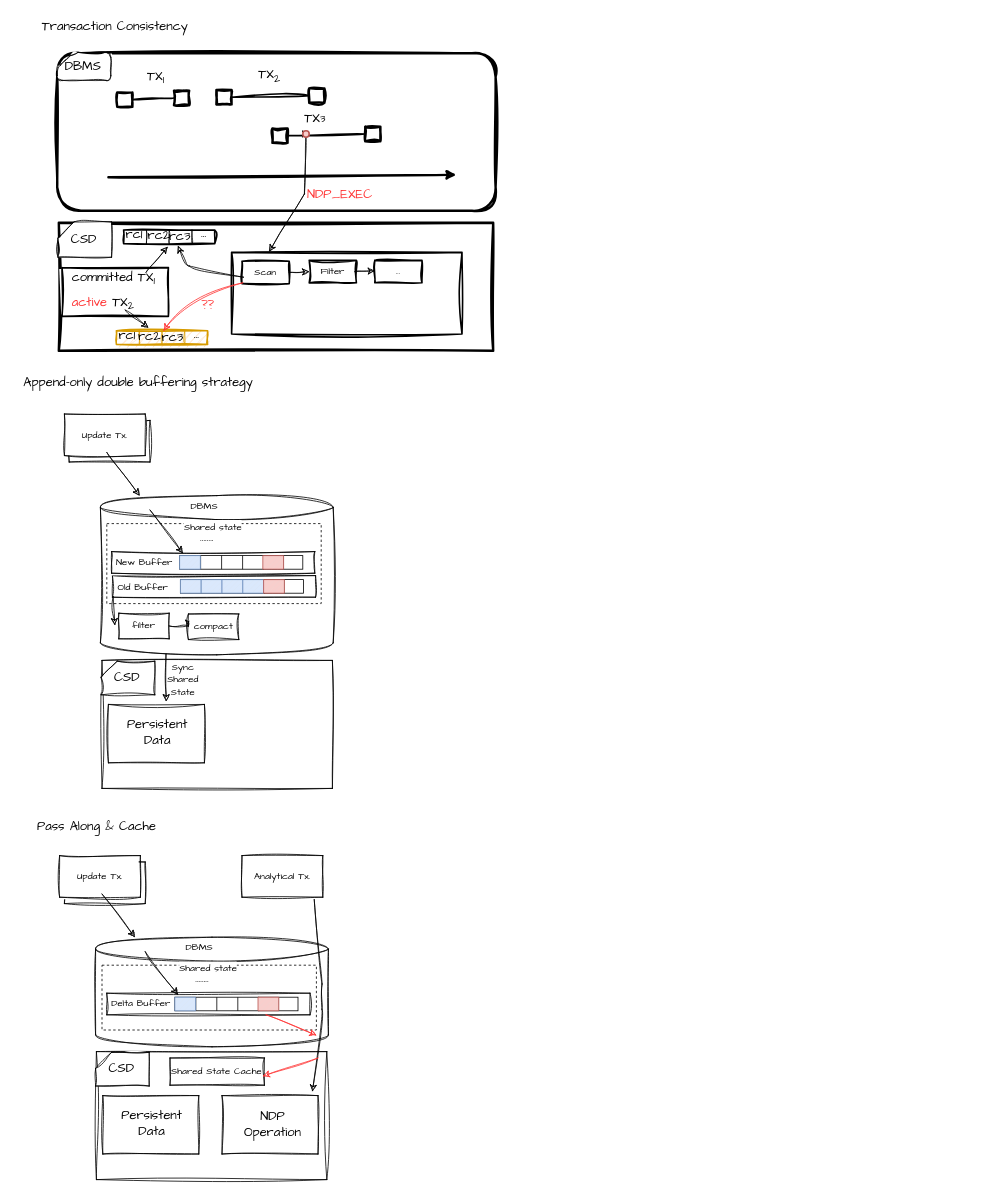
Earlier version of the draw.io diagram ppt.drawio (juruo-c/DrawIo). Source tidied: cells renumbered, new cells numbered last; positions are measured from the earlier drawing's top-left corner, leaving out a move shared by most shapes. Both pictures are drawn from the tidied source at 80%, with x=0, y=0 at pixel (14, 14).
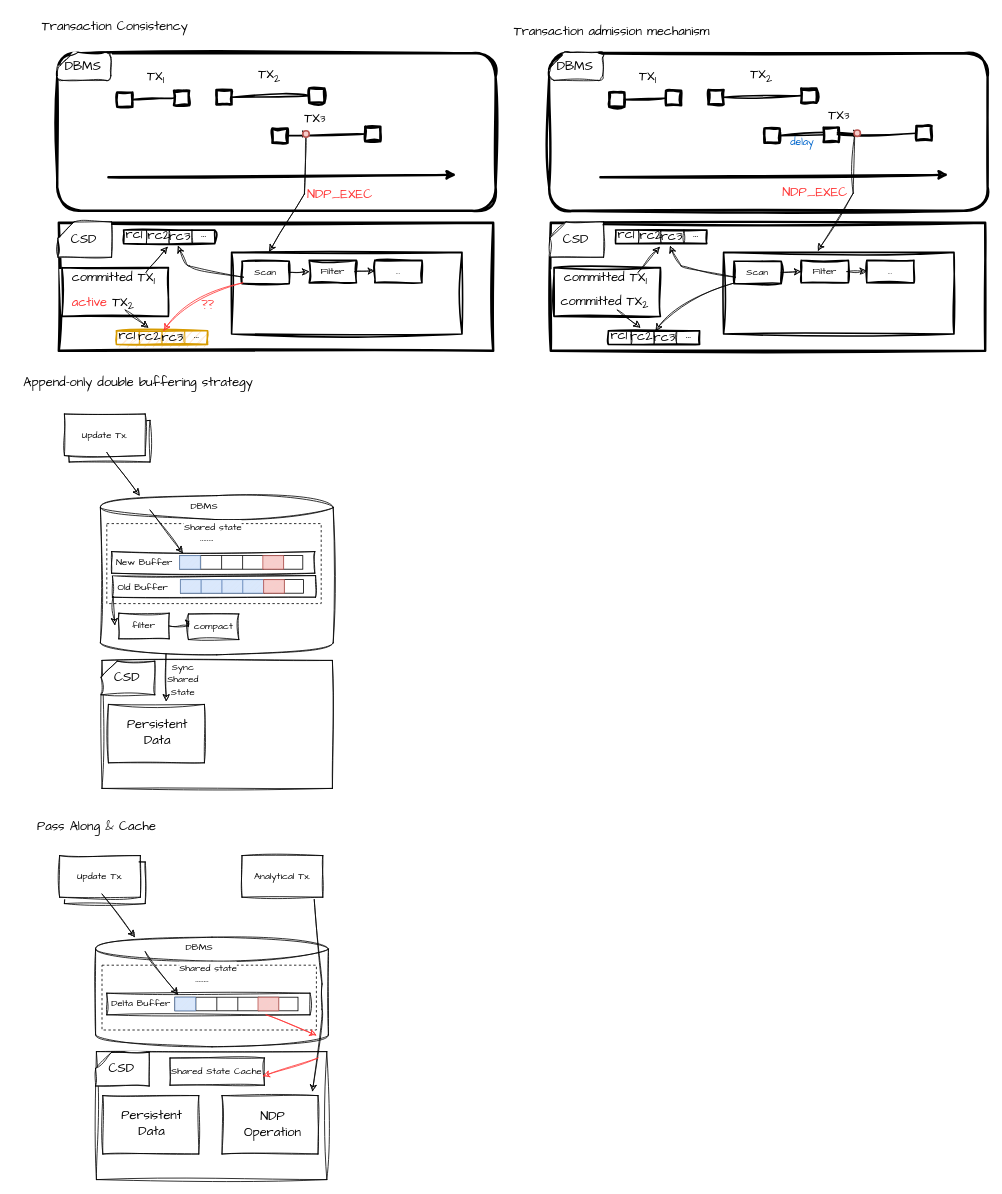
The same page after the edit.

Commit message:
23.11.21 Transaction admission mechanism for update-aware NDP

Diff of the diagram source:
```diff
@@
+    <mxCell id="133" style="rounded=1;whiteSpace=wrap;html=1;strokeWidth=3;sketch=1;curveFitting=1;jiggle=2;" parent="1" vertex="1">
+      <mxGeometry x="669" y="49" width="548" height="197" as="geometry" />
+    </mxCell>
+    <mxCell id="134" style="rounded=0;whiteSpace=wrap;html=1;sketch=1;curveFitting=1;jiggle=2;strokeWidth=3;" parent="1" vertex="1">
+      <mxGeometry x="671" y="261" width="543" height="160" as="geometry" />
+    </mxCell>
+    <mxCell id="135" style="rounded=0;whiteSpace=wrap;html=1;sketch=1;curveFitting=1;jiggle=2;strokeWidth=3;" parent="1" vertex="1">
+      <mxGeometry x="744" y="98" width="19" height="18" as="geometry" />
+    </mxCell>
+    <mxCell id="136" style="endArrow=classic;html=1;rounded=0;strokeWidth=3;sketch=1;curveFitting=1;jiggle=2;" parent="1" edge="1">
+      <mxGeometry relative="1" as="geometry">
+        <mxPoint x="733" y="204" as="sourcePoint" />
+        <mxPoint x="1168" y="201" as="targetPoint" />
+      </mxGeometry>
+    </mxCell>
+    <mxCell id="137" style="rounded=0;whiteSpace=wrap;html=1;sketch=1;curveFitting=1;jiggle=2;strokeWidth=3;" parent="1" vertex="1">
+      <mxGeometry x="815" y="96" width="19" height="18" as="geometry" />
+    </mxCell>
+    <mxCell id="138" style="endArrow=none;html=1;rounded=0;entryX=1;entryY=0.5;entryDx=0;entryDy=0;exitX=0;exitY=0.5;exitDx=0;exitDy=0;sketch=1;curveFitting=1;jiggle=2;strokeWidth=2;" parent="1" edge="1" source="137" target="135">
+      <mxGeometry relative="1" as="geometry" />
+    </mxCell>
+    <mxCell id="139" style="rounded=0;whiteSpace=wrap;html=1;sketch=1;curveFitting=1;jiggle=2;strokeWidth=3;" parent="1" vertex="1">
+      <mxGeometry x="868" y="95" width="19" height="18" as="geometry" />
+    </mxCell>
+    <mxCell id="140" style="rounded=0;whiteSpace=wrap;html=1;sketch=1;curveFitting=1;jiggle=2;strokeWidth=3;" parent="1" vertex="1">
+      <mxGeometry x="984" y="93" width="19" height="18" as="geometry" />
+    </mxCell>
+    <mxCell id="141" style="endArrow=none;html=1;rounded=0;entryX=1;entryY=0.5;entryDx=0;entryDy=0;exitX=0;exitY=0.5;exitDx=0;exitDy=0;sketch=1;curveFitting=1;jiggle=2;strokeWidth=2;fontFamily=Comic Sans MS;" parent="1" edge="1" source="140" target="139">
+      <mxGeometry relative="1" as="geometry" />
+    </mxCell>
+    <mxCell id="142" style="rounded=0;whiteSpace=wrap;html=1;sketch=1;curveFitting=1;jiggle=2;strokeWidth=3;" parent="1" vertex="1">
+      <mxGeometry x="938" y="143" width="19" height="18" as="geometry" />
+    </mxCell>
+    <mxCell id="143" style="endArrow=none;html=1;rounded=0;entryX=1;entryY=0.5;entryDx=0;entryDy=0;exitX=0;exitY=0.5;exitDx=0;exitDy=0;sketch=1;curveFitting=1;jiggle=2;strokeWidth=2;" parent="1" edge="1" target="142">
+      <mxGeometry relative="1" as="geometry">
+        <mxPoint x="1054" y="150" as="sourcePoint" />
+      </mxGeometry>
+    </mxCell>
+    <mxCell id="144" value="&lt;font style=&quot;font-size: 16px;&quot;&gt;TX&lt;sub&gt;1&lt;/sub&gt;&lt;/font&gt;" style="text;html=1;align=center;verticalAlign=middle;strokeColor=none;fillColor=none;fontFamily=Comic Sans MS;" parent="1" vertex="1">
+      <mxGeometry x="769" y="62" width="46" height="35" as="geometry" />
+    </mxCell>
+    <mxCell id="145" value="&lt;font style=&quot;font-size: 16px;&quot;&gt;TX&lt;sub&gt;2&lt;/sub&gt;&lt;/font&gt;" style="text;html=1;align=center;verticalAlign=middle;strokeColor=none;fillColor=none;fontFamily=Comic Sans MS;" parent="1" vertex="1">
+      <mxGeometry x="909" y="60" width="49" height="35" as="geometry" />
+    </mxCell>
+    <mxCell id="146" value="&lt;font style=&quot;font-size: 16px;&quot;&gt;TX&lt;/font&gt;&lt;font style=&quot;font-size: 13.3333px;&quot;&gt;3&lt;/font&gt;" style="text;html=1;align=center;verticalAlign=middle;strokeColor=none;fillColor=none;fontFamily=Comic Sans MS;" parent="1" vertex="1">
+      <mxGeometry x="1006" y="111" width="49" height="31" as="geometry" />
+    </mxCell>
+    <mxCell id="147" style="verticalLabelPosition=bottom;verticalAlign=top;html=1;shape=card;whiteSpace=wrap;size=20;arcSize=12;sketch=1;curveFitting=1;jiggle=2;rounded=1;" parent="1" vertex="1">
+      <mxGeometry x="669" y="48" width="67" height="35" as="geometry" />
+    </mxCell>
+    <mxCell id="148" style="verticalLabelPosition=bottom;verticalAlign=top;html=1;shape=card;whiteSpace=wrap;size=20;arcSize=12;sketch=1;curveFitting=1;jiggle=2;" parent="1" vertex="1">
+      <mxGeometry x="670" y="260" width="67" height="44" as="geometry" />
+    </mxCell>
+    <mxCell id="149" value="&lt;span style=&quot;font-size: 16px;&quot;&gt;DBMS&lt;/span&gt;" style="text;html=1;align=center;verticalAlign=middle;strokeColor=none;fillColor=none;fontFamily=Comic Sans MS;" parent="1" vertex="1">
+      <mxGeometry x="668" y="50" width="65" height="31" as="geometry" />
+    </mxCell>
+    <mxCell id="150" value="&lt;span style=&quot;font-size: 16px;&quot;&gt;CSD&lt;/span&gt;" style="text;html=1;align=center;verticalAlign=middle;strokeColor=none;fillColor=none;fontFamily=Comic Sans MS;" parent="1" vertex="1">
+      <mxGeometry x="677" y="266" width="50" height="31" as="geometry" />
+    </mxCell>
+    <mxCell id="151" style="endArrow=classic;html=1;rounded=0;sketch=1;curveFitting=1;jiggle=2;" parent="1" edge="1">
+      <mxGeometry relative="1" as="geometry">
+        <mxPoint x="1050.9" y="150" as="sourcePoint" />
+        <mxPoint x="1005" y="296" as="targetPoint" />
+        <Array as="points">
+          <mxPoint x="1049" y="224" />
+        </Array>
+      </mxGeometry>
+    </mxCell>
+    <mxCell id="152" value="&lt;span style=&quot;font-size: 16px;&quot;&gt;NDP_EXEC&lt;br&gt;&lt;/span&gt;" style="text;html=1;align=center;verticalAlign=middle;strokeColor=none;fillColor=none;fontFamily=Comic Sans MS;fontColor=#FF3333;" parent="1" vertex="1">
+      <mxGeometry x="950" y="207" width="102" height="31" as="geometry" />
+    </mxCell>
+    <mxCell id="153" style="rounded=0;whiteSpace=wrap;html=1;sketch=1;curveFitting=1;jiggle=2;strokeWidth=2;" parent="1" vertex="1">
+      <mxGeometry x="675" y="317" width="133" height="61" as="geometry" />
+    </mxCell>
+    <mxCell id="154" value="&lt;font style=&quot;font-size: 16px;&quot;&gt;committed TX&lt;sub&gt;1&lt;/sub&gt;&lt;/font&gt;" style="text;html=1;align=center;verticalAlign=middle;strokeColor=none;fillColor=none;fontFamily=Comic Sans MS;" parent="1" vertex="1">
+      <mxGeometry x="674" y="313" width="130" height="35" as="geometry" />
+    </mxCell>
+    <mxCell id="155" value="&lt;font style=&quot;font-size: 16px;&quot;&gt;committed&amp;nbsp;TX&lt;sub&gt;2&lt;/sub&gt;&lt;/font&gt;" style="text;html=1;align=center;verticalAlign=middle;strokeColor=none;fillColor=none;fontFamily=Comic Sans MS;" parent="1" vertex="1">
+      <mxGeometry x="671" y="343" width="133" height="35" as="geometry" />
+    </mxCell>
+    <mxCell id="156" style="endArrow=classic;html=1;rounded=0;sketch=1;curveFitting=1;jiggle=2;" parent="1" edge="1">
+      <mxGeometry relative="1" as="geometry">
+        <mxPoint x="780" y="323" as="sourcePoint" />
+        <mxPoint x="807" y="291" as="targetPoint" />
+      </mxGeometry>
+    </mxCell>
+    <mxCell id="157" style="endArrow=classic;html=1;rounded=0;sketch=1;curveFitting=1;jiggle=2;" parent="1" edge="1">
+      <mxGeometry relative="1" as="geometry">
+        <mxPoint x="754" y="370" as="sourcePoint" />
+        <mxPoint x="783" y="392" as="targetPoint" />
+      </mxGeometry>
+    </mxCell>
+    <mxCell id="158" style="rounded=0;whiteSpace=wrap;html=1;sketch=1;curveFitting=1;jiggle=2;strokeWidth=2;" parent="1" vertex="1">
+      <mxGeometry x="743" y="396" width="114" height="17" as="geometry" />
+    </mxCell>
+    <mxCell id="159" style="endArrow=none;html=1;rounded=0;entryX=0.25;entryY=0;entryDx=0;entryDy=0;exitX=0.25;exitY=1;exitDx=0;exitDy=0;sketch=1;curveFitting=1;jiggle=2;" parent="1" edge="1" source="158" target="158">
+      <mxGeometry relative="1" as="geometry" />
+    </mxCell>
+    <mxCell id="160" style="endArrow=none;html=1;rounded=0;entryX=0.5;entryY=0;entryDx=0;entryDy=0;exitX=0.5;exitY=1;exitDx=0;exitDy=0;sketch=1;curveFitting=1;jiggle=2;" parent="1" edge="1" source="158" target="158">
+      <mxGeometry relative="1" as="geometry" />
+    </mxCell>
+    <mxCell id="161" style="endArrow=none;html=1;rounded=0;entryX=0.75;entryY=0;entryDx=0;entryDy=0;exitX=0.75;exitY=1;exitDx=0;exitDy=0;sketch=1;curveFitting=1;jiggle=2;shadow=0;" parent="1" edge="1" source="158" target="158">
+      <mxGeometry relative="1" as="geometry" />
+    </mxCell>
+    <mxCell id="162" value="&lt;span style=&quot;font-size: 16px;&quot;&gt;rc1&lt;/span&gt;" style="text;html=1;align=center;verticalAlign=middle;strokeColor=none;fillColor=none;fontFamily=Comic Sans MS;" parent="1" vertex="1">
+      <mxGeometry x="735" y="386" width="41" height="31" as="geometry" />
+    </mxCell>
+    <mxCell id="163" value="&lt;span style=&quot;font-size: 16px;&quot;&gt;rc2&lt;/span&gt;" style="text;html=1;align=center;verticalAlign=middle;strokeColor=none;fillColor=none;fontFamily=Comic Sans MS;" parent="1" vertex="1">
+      <mxGeometry x="762" y="387" width="44" height="31" as="geometry" />
+    </mxCell>
+    <mxCell id="164" value="&lt;span style=&quot;font-size: 16px;&quot;&gt;rc3&lt;/span&gt;" style="text;html=1;align=center;verticalAlign=middle;strokeColor=none;fillColor=none;fontFamily=Comic Sans MS;" parent="1" vertex="1">
+      <mxGeometry x="791" y="388" width="44" height="31" as="geometry" />
+    </mxCell>
+    <mxCell id="165" value="&lt;span style=&quot;font-size: 16px;&quot;&gt;...&lt;/span&gt;" style="text;html=1;align=center;verticalAlign=middle;strokeColor=none;fillColor=none;fontFamily=Comic Sans MS;" parent="1" vertex="1">
+      <mxGeometry x="828" y="384" width="30" height="31" as="geometry" />
+    </mxCell>
+    <mxCell id="166" style="rounded=0;whiteSpace=wrap;html=1;sketch=1;curveFitting=1;jiggle=2;strokeWidth=2;" parent="1" vertex="1">
+      <mxGeometry x="752" y="270" width="114" height="17" as="geometry" />
+    </mxCell>
+    <mxCell id="167" style="endArrow=none;html=1;rounded=0;entryX=0.25;entryY=0;entryDx=0;entryDy=0;exitX=0.25;exitY=1;exitDx=0;exitDy=0;sketch=1;curveFitting=1;jiggle=2;" parent="1" edge="1" source="166" target="166">
+      <mxGeometry relative="1" as="geometry" />
+    </mxCell>
+    <mxCell id="168" style="endArrow=none;html=1;rounded=0;entryX=0.5;entryY=0;entryDx=0;entryDy=0;exitX=0.5;exitY=1;exitDx=0;exitDy=0;sketch=1;curveFitting=1;jiggle=2;" parent="1" edge="1" source="166" target="166">
+      <mxGeometry relative="1" as="geometry" />
+    </mxCell>
+    <mxCell id="169" style="endArrow=none;html=1;rounded=0;entryX=0.75;entryY=0;entryDx=0;entryDy=0;exitX=0.75;exitY=1;exitDx=0;exitDy=0;sketch=1;curveFitting=1;jiggle=2;shadow=0;" parent="1" edge="1" source="166" target="166">
+      <mxGeometry relative="1" as="geometry" />
+    </mxCell>
+    <mxCell id="170" value="&lt;span style=&quot;font-size: 16px;&quot;&gt;rc1&lt;/span&gt;" style="text;html=1;align=center;verticalAlign=middle;strokeColor=none;fillColor=none;fontFamily=Comic Sans MS;" parent="1" vertex="1">
+      <mxGeometry x="744" y="260" width="41" height="31" as="geometry" />
+    </mxCell>
+    <mxCell id="171" value="&lt;span style=&quot;font-size: 16px;&quot;&gt;rc2&lt;/span&gt;" style="text;html=1;align=center;verticalAlign=middle;strokeColor=none;fillColor=none;fontFamily=Comic Sans MS;" parent="1" vertex="1">
+      <mxGeometry x="774" y="261" width="44" height="31" as="geometry" />
+    </mxCell>
+    <mxCell id="172" value="&lt;span style=&quot;font-size: 16px;&quot;&gt;rc3&lt;/span&gt;" style="text;html=1;align=center;verticalAlign=middle;strokeColor=none;fillColor=none;fontFamily=Comic Sans MS;" parent="1" vertex="1">
+      <mxGeometry x="800" y="262" width="44" height="31" as="geometry" />
+    </mxCell>
+    <mxCell id="173" value="&lt;span style=&quot;font-size: 16px;&quot;&gt;...&lt;/span&gt;" style="text;html=1;align=center;verticalAlign=middle;strokeColor=none;fillColor=none;fontFamily=Comic Sans MS;" parent="1" vertex="1">
+      <mxGeometry x="837" y="258" width="30" height="31" as="geometry" />
+    </mxCell>
+    <mxCell id="174" style="rounded=0;whiteSpace=wrap;html=1;sketch=1;curveFitting=1;jiggle=2;strokeWidth=2;" parent="1" vertex="1">
+      <mxGeometry x="887" y="298" width="288" height="102" as="geometry" />
+    </mxCell>
+    <mxCell id="175" value="&lt;font face=&quot;Comic Sans MS&quot;&gt;Scan&lt;/font&gt;" style="rounded=0;whiteSpace=wrap;html=1;sketch=1;curveFitting=1;jiggle=2;strokeWidth=2;" parent="1" vertex="1">
+      <mxGeometry x="900" y="309" width="59" height="28" as="geometry" />
+    </mxCell>
+    <mxCell id="176" style="curved=1;endArrow=classic;html=1;rounded=0;sketch=1;curveFitting=1;jiggle=2;" parent="1" edge="1">
+      <mxGeometry relative="1" as="geometry">
+        <mxPoint x="902" y="329" as="sourcePoint" />
+        <mxPoint x="820" y="290" as="targetPoint" />
+        <Array as="points">
+          <mxPoint x="839" y="319" />
+          <mxPoint x="829" y="311" />
+        </Array>
+      </mxGeometry>
+    </mxCell>
+    <mxCell id="177" style="curved=1;endArrow=classic;html=1;rounded=0;sketch=1;curveFitting=1;jiggle=2;strokeColor=#000000;" parent="1" edge="1">
+      <mxGeometry relative="1" as="geometry">
+        <mxPoint x="901" y="336" as="sourcePoint" />
+        <mxPoint x="802" y="396" as="targetPoint" />
+        <Array as="points">
+          <mxPoint x="833" y="350" />
+        </Array>
+      </mxGeometry>
+    </mxCell>
+    <mxCell id="178" value="&lt;font face=&quot;Comic Sans MS&quot;&gt;Filter&lt;/font&gt;" style="rounded=0;whiteSpace=wrap;html=1;sketch=1;curveFitting=1;jiggle=2;strokeWidth=2;" parent="1" vertex="1">
+      <mxGeometry x="984" y="308" width="59" height="28" as="geometry" />
+    </mxCell>
+    <mxCell id="179" style="endArrow=classic;html=1;rounded=0;sketch=1;curveFitting=1;jiggle=2;exitX=1;exitY=0.5;exitDx=0;exitDy=0;entryX=0;entryY=0.5;entryDx=0;entryDy=0;" parent="1" edge="1" source="175" target="178">
+      <mxGeometry relative="1" as="geometry" />
+    </mxCell>
+    <mxCell id="180" style="endArrow=classic;html=1;rounded=0;sketch=1;curveFitting=1;jiggle=2;exitX=1;exitY=0.5;exitDx=0;exitDy=0;entryX=0;entryY=0.5;entryDx=0;entryDy=0;" parent="1" edge="1">
+      <mxGeometry relative="1" as="geometry">
+        <mxPoint x="1041" y="322" as="sourcePoint" />
+        <mxPoint x="1066" y="321" as="targetPoint" />
+      </mxGeometry>
+    </mxCell>
+    <mxCell id="181" value="&lt;font face=&quot;Comic Sans MS&quot;&gt;...&lt;/font&gt;" style="rounded=0;whiteSpace=wrap;html=1;sketch=1;curveFitting=1;jiggle=2;strokeWidth=2;" parent="1" vertex="1">
+      <mxGeometry x="1066" y="308" width="59" height="28" as="geometry" />
+    </mxCell>
+    <mxCell id="182" value="&lt;div style=&quot;font-size: 16px;&quot;&gt;&lt;font style=&quot;font-size: 16px;&quot; color=&quot;#000000&quot;&gt;Transaction admission mechanism&lt;/font&gt;&lt;/div&gt;" style="text;html=1;align=center;verticalAlign=middle;strokeColor=none;fillColor=none;fontFamily=Comic Sans MS;fontColor=#FF3333;" parent="1" vertex="1">
+      <mxGeometry x="613" y="6" width="267" height="31" as="geometry" />
+    </mxCell>
+    <mxCell id="183" style="rounded=0;whiteSpace=wrap;html=1;sketch=1;curveFitting=1;jiggle=2;strokeWidth=3;" parent="1" vertex="1">
+      <mxGeometry x="1012" y="142" width="19" height="18" as="geometry" />
+    </mxCell>
+    <mxCell id="184" style="rounded=0;whiteSpace=wrap;html=1;sketch=1;curveFitting=1;jiggle=2;strokeWidth=3;" parent="1" vertex="1">
+      <mxGeometry x="1128" y="140" width="19" height="18" as="geometry" />
+    </mxCell>
+    <mxCell id="185" style="endArrow=none;html=1;rounded=0;entryX=1;entryY=0.5;entryDx=0;entryDy=0;exitX=0;exitY=0.5;exitDx=0;exitDy=0;sketch=1;curveFitting=1;jiggle=2;strokeWidth=2;" parent="1" edge="1" source="184" target="183">
+      <mxGeometry relative="1" as="geometry" />
+    </mxCell>
+    <mxCell id="186" style="endArrow=classic;html=1;rounded=0;sketch=1;curveFitting=1;jiggle=2;" parent="1" edge="1" target="187">
+      <mxGeometry relative="1" as="geometry">
+        <mxPoint x="1056" y="149" as="sourcePoint" />
+      </mxGeometry>
+    </mxCell>
+    <mxCell id="187" style="ellipse;whiteSpace=wrap;html=1;fillColor=#f8cecc;strokeColor=#b85450;strokeWidth=2;" parent="1" vertex="1">
+      <mxGeometry x="1050" y="145" width="8" height="8" as="geometry" />
+    </mxCell>
+    <mxCell id="188" value="&lt;font color=&quot;#0066cc&quot; style=&quot;font-size: 13px;&quot;&gt;delay&lt;/font&gt;" style="text;html=1;align=center;verticalAlign=middle;strokeColor=none;fillColor=none;fontFamily=Comic Sans MS;fontColor=#FF3333;" parent="1" vertex="1">
+      <mxGeometry x="960" y="146" width="50" height="28" as="geometry" />
+    </mxCell>
```
